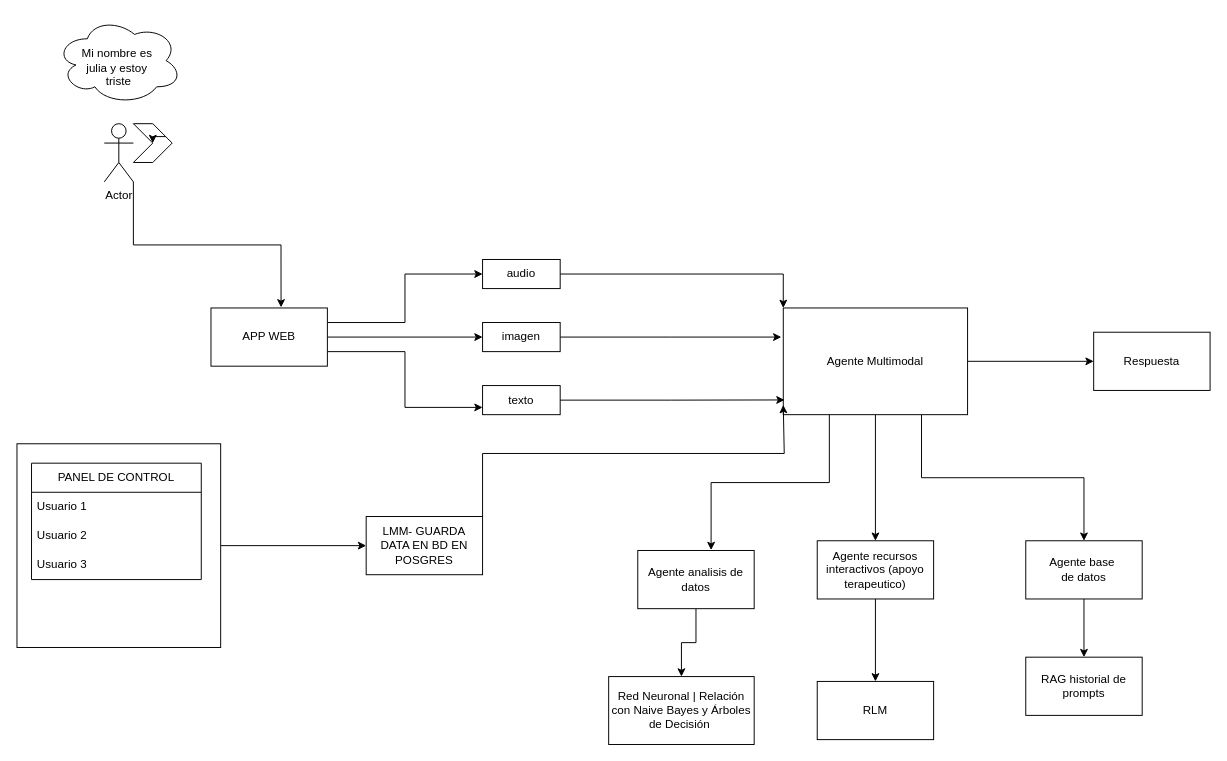
Before: Diagrama sin título.drawio in LIZGRICAS/Almabot, a draw.io diagram. Source tidied: cells renumbered, new cells numbered last; positions are measured from the earlier drawing's top-left corner, leaving out a move shared by most shapes. Both pictures are drawn from the tidied source at 97%, with x=0, y=0 at pixel (16, 16).
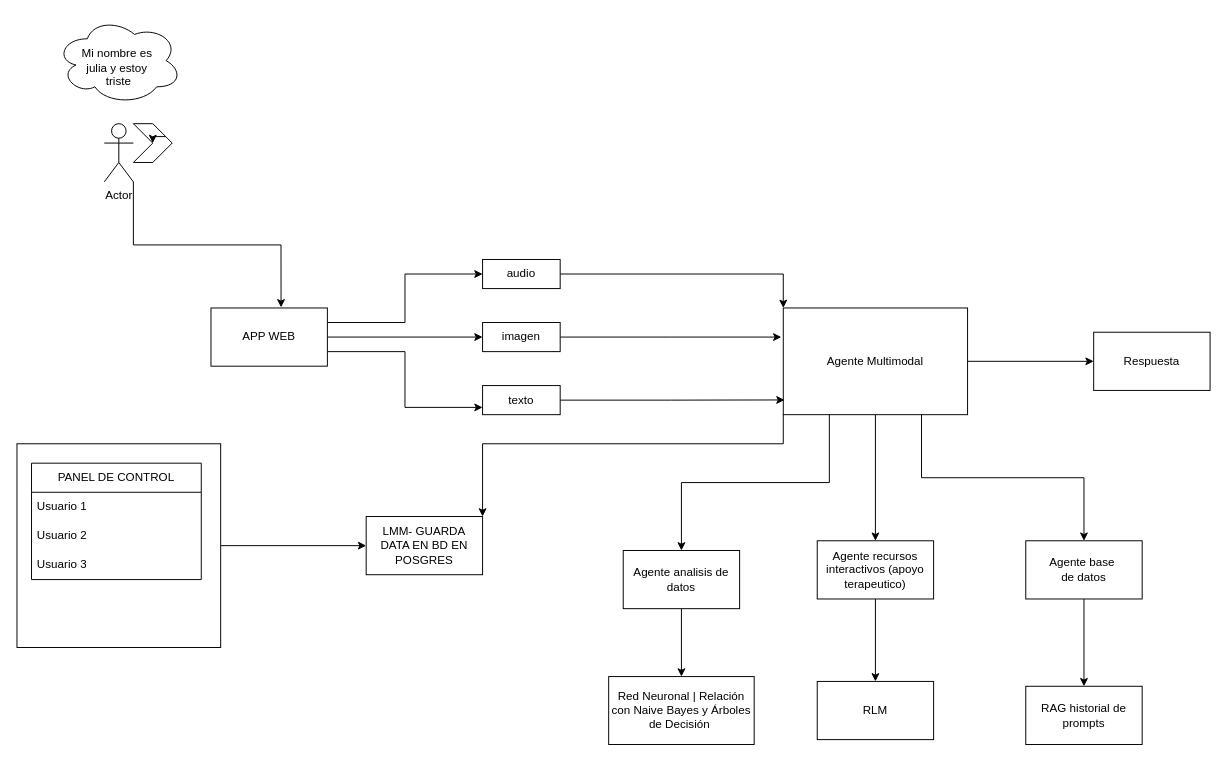
The same page after the edit.

Unchanged cells that the change refers to:
```xml
<mxCell id="5" value="Agente Multimodal" style="rounded=0;whiteSpace=wrap;html=1;" parent="1" vertex="1">
  <mxGeometry x="790" y="300" width="190" height="110" as="geometry" />
</mxCell>
<mxCell id="30" value="LMM- GUARDA DATA EN BD EN POSGRES" style="rounded=0;whiteSpace=wrap;html=1;" parent="1" vertex="1">
  <mxGeometry x="360" y="515" width="120" height="60" as="geometry" />
</mxCell>
```

Change to the diagram source:
```diff
@@
+    <mxCell id="41" style="edgeStyle=orthogonalEdgeStyle;rounded=0;jettySize=auto;html=1;exitX=0;exitY=1;exitDx=0;exitDy=0;entryX=1;entryY=0;entryDx=0;entryDy=0;" parent="1" edge="1" source="5" target="30">
+      <mxGeometry relative="1" as="geometry">
+        <Array as="points">
+          <mxPoint x="790" y="440" />
+          <mxPoint x="480" y="440" />
+        </Array>
+      </mxGeometry>
+    </mxCell>
@@
     <mxCell id="7" value="Agente analisis de datos" style="rounded=0;whiteSpace=wrap;html=1;" parent="1" vertex="1">
-      <mxGeometry x="640" y="550" width="120" height="60" as="geometry" />
+      <mxGeometry x="625" y="550" width="120" height="60" as="geometry" />
     </mxCell>
@@
-    <mxCell id="18" style="edgeStyle=orthogonalEdgeStyle;rounded=0;jettySize=auto;html=1;exitX=0.25;exitY=1;exitDx=0;exitDy=0;entryX=0.63;entryY=-0.007;entryDx=0;entryDy=0;entryPerimeter=0;" parent="1" edge="1" source="5" target="7">
-      <mxGeometry relative="1" as="geometry" />
+    <mxCell id="18" style="edgeStyle=orthogonalEdgeStyle;rounded=0;jettySize=auto;html=1;exitX=0.25;exitY=1;exitDx=0;exitDy=0;" parent="1" edge="1" source="5">
+      <mxGeometry relative="1" as="geometry">
+        <mxPoint x="685" y="550" as="targetPoint" />
+        <Array as="points">
+          <mxPoint x="838" y="480" />
+          <mxPoint x="685" y="480" />
+          <mxPoint x="685" y="550" />
+        </Array>
+      </mxGeometry>
     </mxCell>
@@
     <mxCell id="25" value="RAG historial de prompts" style="rounded=0;whiteSpace=wrap;html=1;" parent="1" vertex="1">
-      <mxGeometry x="1040" y="660" width="120" height="60" as="geometry" />
+      <mxGeometry x="1040" y="690" width="120" height="60" as="geometry" />
     </mxCell>
@@
-    <mxCell id="29" style="edgeStyle=orthogonalEdgeStyle;rounded=0;jettySize=auto;html=1;exitX=1;exitY=0;exitDx=0;exitDy=0;" parent="1" edge="1" source="30">
-      <mxGeometry relative="1" as="geometry">
-        <mxPoint x="790" y="400" as="targetPoint" />
-        <Array as="points">
-          <mxPoint x="480" y="450" />
-          <mxPoint x="791" y="450" />
-          <mxPoint x="791" y="400" />
-        </Array>
-      </mxGeometry>
-    </mxCell>
```
